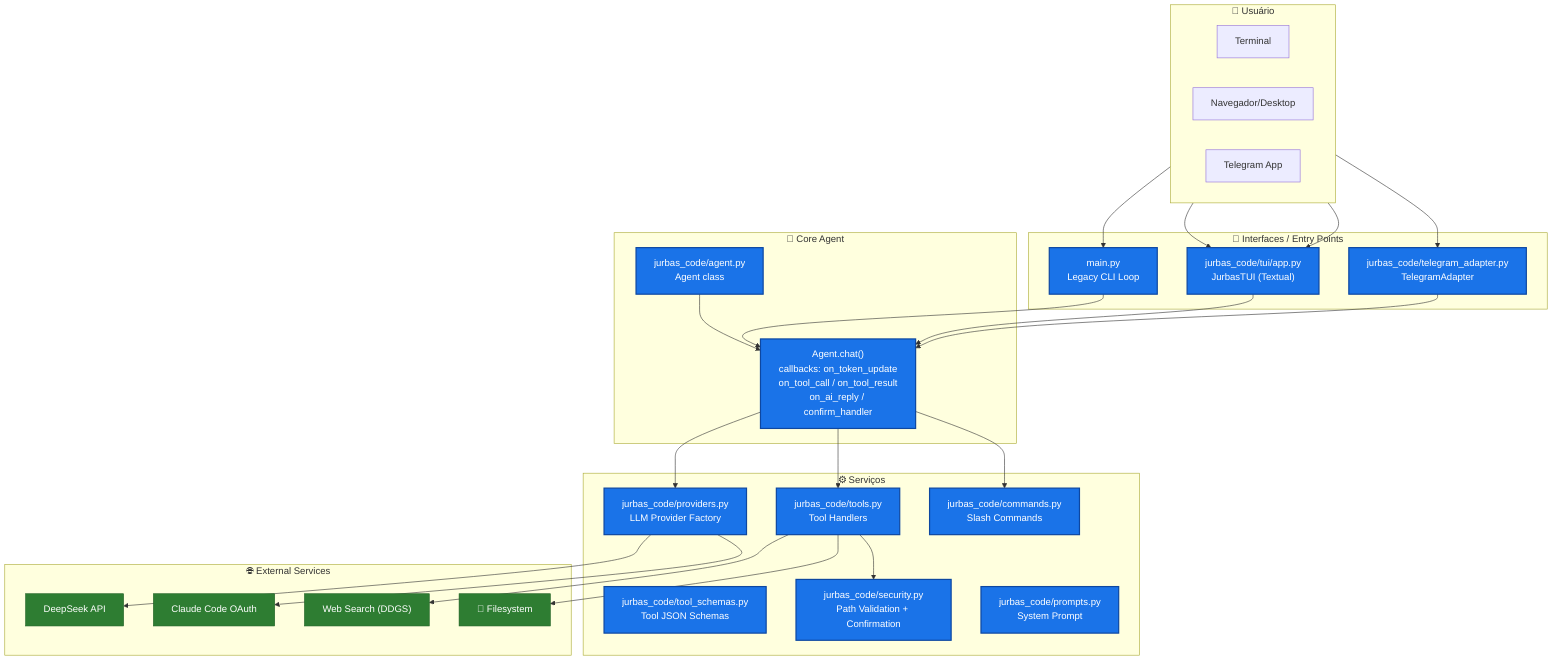
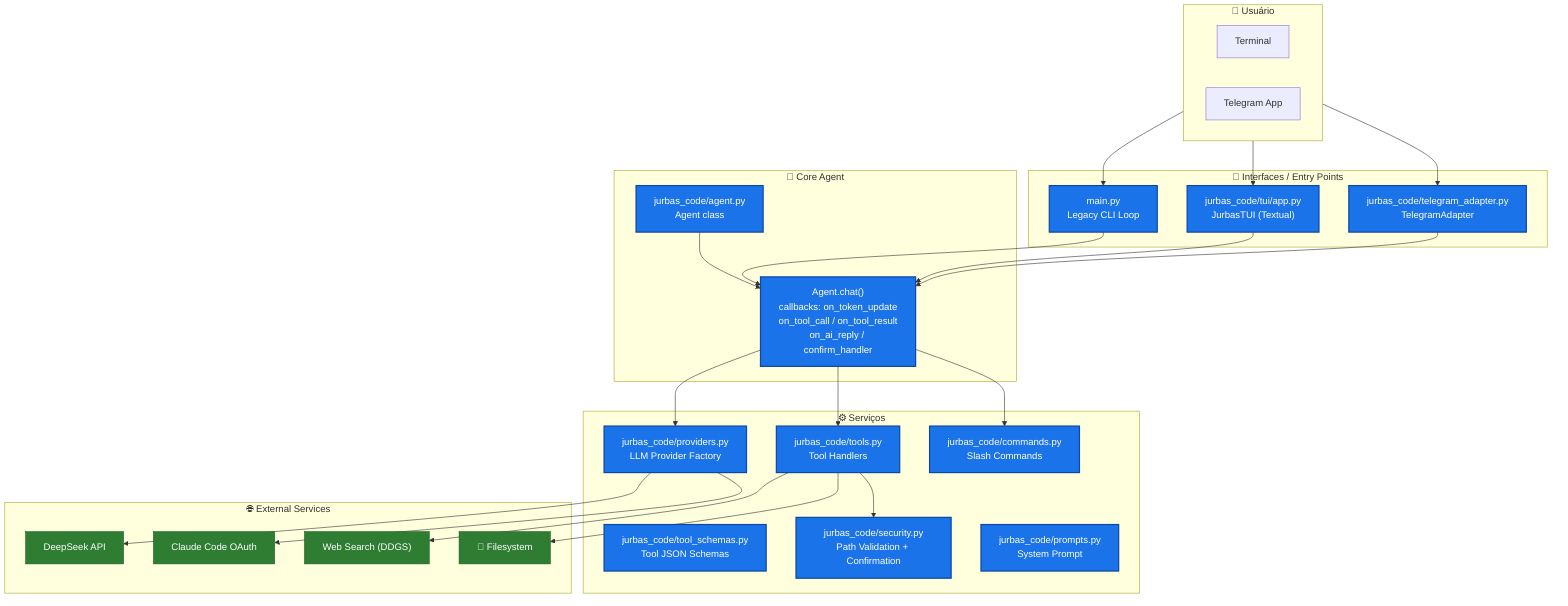
flowchart TB
    subgraph User["👤 Usuário"]
        direction LR
        U1[Terminal]
-         U2[Navegador/Desktop]
        U3[Telegram App]
    end

    subgraph Interfaces["🎨 Interfaces / Entry Points"]
        CLI["main.py<br/>Legacy CLI Loop"]
        TUI["jurbas_code/tui/app.py<br/>JurbasTUI (Textual)"]
        TG["jurbas_code/telegram_adapter.py<br/>TelegramAdapter"]
    end

    subgraph Core["🧠 Core Agent"]
        AGENT["jurbas_code/agent.py<br/>Agent class"]
        AGENT_CHAT["Agent.chat()<br/>callbacks: on_token_update<br/>on_tool_call / on_tool_result<br/>on_ai_reply / confirm_handler"]
    end

    subgraph Services["⚙️ Serviços"]
        PROV["jurbas_code/providers.py<br/>LLM Provider Factory"]
        TOOLS["jurbas_code/tools.py<br/>Tool Handlers"]
        SCHEMAS["jurbas_code/tool_schemas.py<br/>Tool JSON Schemas"]
        SEC["jurbas_code/security.py<br/>Path Validation + Confirmation"]
        PROMPTS["jurbas_code/prompts.py<br/>System Prompt"]
        CMDS["jurbas_code/commands.py<br/>Slash Commands"]
    end

    subgraph External["🌐 External Services"]
        LLM_DP["DeepSeek API"]
        LLM_CL["Claude Code OAuth"]
        WEB["Web Search (DDGS)"]
        FS["📁 Filesystem"]
    end

    U1 --> CLI
    U1 --> TUI
-     U2 --> TUI
    U3 --> TG

    CLI --> AGENT_CHAT
    TUI --> AGENT_CHAT
    TG --> AGENT_CHAT

    AGENT --> AGENT_CHAT
    AGENT_CHAT --> PROV
    AGENT_CHAT --> TOOLS
    AGENT_CHAT --> CMDS

    PROV --> LLM_DP
    PROV --> LLM_CL
    TOOLS --> WEB
    TOOLS --> FS
    TOOLS --> SEC

    classDef current fill:#1a73e8,color:#fff,stroke:#0d47a1,stroke-width:2px
    classDef external fill:#2e7d32,color:#fff,stroke:#1b5e20,stroke-width:1px

    class CLI,TUI,TG,AGENT,AGENT_CHAT,PROV,TOOLS,SCHEMAS,SEC,PROMPTS,CMDS current
    class LLM_DP,LLM_CL,WEB,FS external
